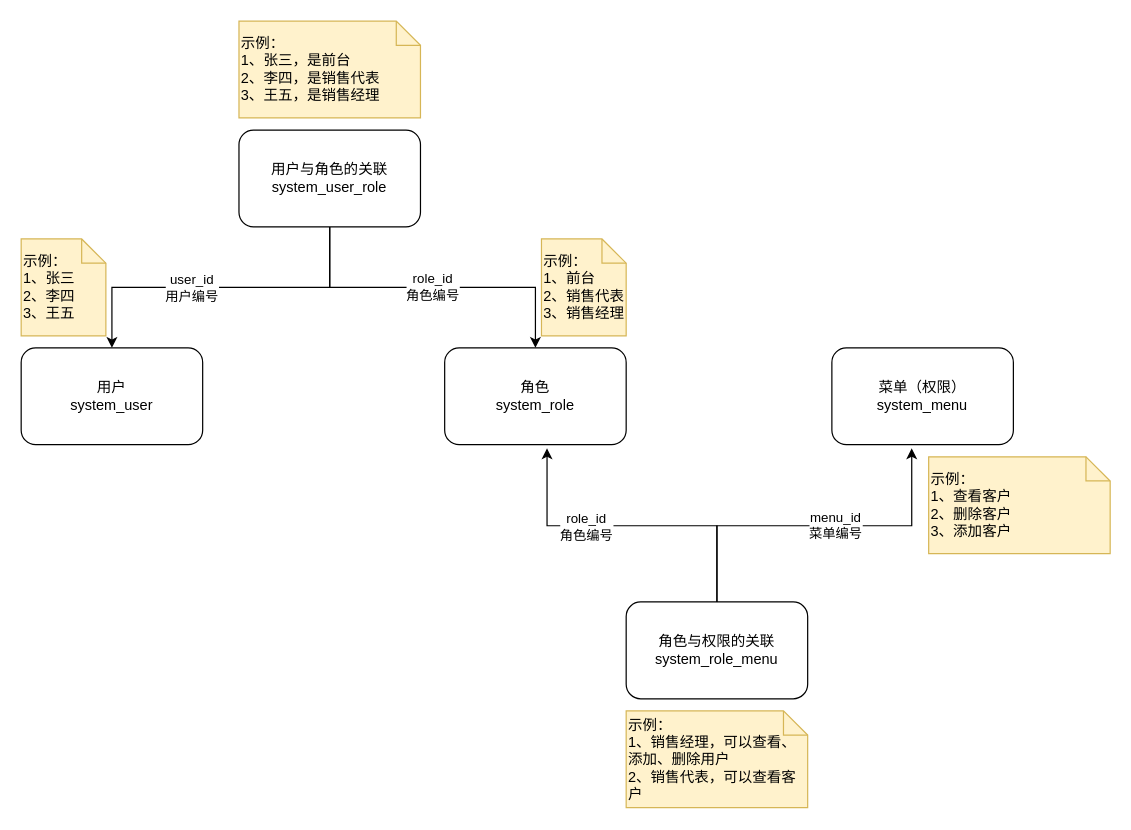
The draw.io diagram back/base/src/main/resources/drow.io/RBAC模型示意图.drawio in lyggwsp/club-boot, before the edit. Source tidied: cells renumbered, new cells numbered last; positions are measured from the earlier drawing's top-left corner, leaving out a move shared by most shapes. Both pictures are drawn from the tidied source at 121%, with x=0, y=0 at pixel (21, 21).
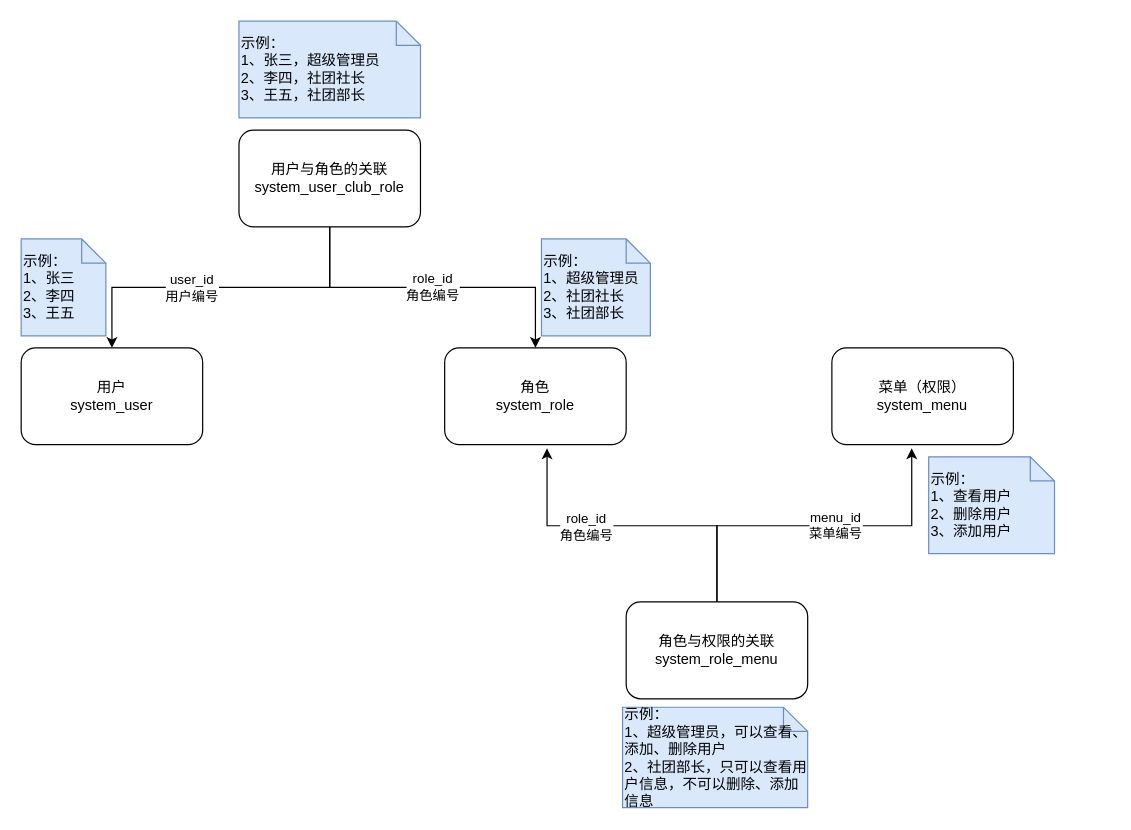
After the change.

Diff of the diagram source:
```diff
@@
 <mxGraphModel>
   <root>
     <mxCell id="0" />
     <mxCell id="1" parent="0" />
     <mxCell id="2" style="edgeStyle=elbowEdgeStyle;rounded=0;jettySize=auto;html=1;entryX=0.5;entryY=0;entryDx=0;entryDy=0;elbow=vertical;" parent="1" edge="1" source="5" target="6">
       <mxGeometry relative="1" as="geometry" />
     </mxCell>
     <mxCell id="3" value="user_id&lt;br&gt;用户编号" style="edgeLabel;html=1;align=center;verticalAlign=middle;" parent="2" vertex="1">
       <mxGeometry x="0.18" relative="1" as="geometry" />
     </mxCell>
     <mxCell id="4" value="role_id&lt;br&gt;角色编号" style="edgeStyle=elbowEdgeStyle;rounded=0;jettySize=auto;elbow=vertical;html=1;entryX=0.5;entryY=0;entryDx=0;entryDy=0;" parent="1" edge="1" source="5" target="7">
       <mxGeometry relative="1" as="geometry" />
     </mxCell>
-    <mxCell id="5" value="用户与角色的关联&lt;br&gt;system_user_role" style="rounded=1;whiteSpace=wrap;html=1;" parent="1" vertex="1">
+    <mxCell id="5" value="用户与角色的关联&lt;br&gt;system_user_club_role" style="rounded=1;whiteSpace=wrap;html=1;" parent="1" vertex="1">
       <mxGeometry x="180" y="90" width="150" height="80" as="geometry" />
     </mxCell>
     <mxCell id="6" value="用户&lt;br&gt;system_user" style="rounded=1;whiteSpace=wrap;html=1;" parent="1" vertex="1">
       <mxGeometry y="270" width="150" height="80" as="geometry" />
     </mxCell>
     <mxCell id="7" value="角色&lt;br&gt;system_role" style="rounded=1;whiteSpace=wrap;html=1;" parent="1" vertex="1">
       <mxGeometry x="350" y="270" width="150" height="80" as="geometry" />
     </mxCell>
     <mxCell id="8" style="edgeStyle=elbowEdgeStyle;rounded=0;jettySize=auto;elbow=vertical;html=1;entryX=0.564;entryY=1.038;entryDx=0;entryDy=0;entryPerimeter=0;" parent="1" edge="1" source="12" target="7">
       <mxGeometry relative="1" as="geometry" />
     </mxCell>
     <mxCell id="9" value="role_id&lt;br&gt;角色编号" style="edgeLabel;html=1;align=center;verticalAlign=middle;" parent="8" vertex="1">
       <mxGeometry x="0.29" relative="1" as="geometry" />
     </mxCell>
     <mxCell id="10" style="edgeStyle=elbowEdgeStyle;rounded=0;jettySize=auto;elbow=vertical;html=1;entryX=0.44;entryY=1.038;entryDx=0;entryDy=0;entryPerimeter=0;" parent="1" edge="1" source="12" target="13">
       <mxGeometry relative="1" as="geometry" />
     </mxCell>
     <mxCell id="11" value="menu_id&lt;br&gt;菜单编号" style="edgeLabel;html=1;align=center;verticalAlign=middle;" parent="10" vertex="1">
       <mxGeometry x="0.11" y="1" relative="1" as="geometry" />
     </mxCell>
     <mxCell id="12" value="角色与权限的关联&lt;br&gt;system_role_menu" style="rounded=1;whiteSpace=wrap;html=1;" parent="1" vertex="1">
       <mxGeometry x="500" y="480" width="150" height="80" as="geometry" />
     </mxCell>
     <mxCell id="13" value="菜单（权限）&lt;br&gt;system_menu" style="rounded=1;whiteSpace=wrap;html=1;" parent="1" vertex="1">
       <mxGeometry x="670" y="270" width="150" height="80" as="geometry" />
     </mxCell>
-    <mxCell id="14" value="示例：&lt;br&gt;1、张三，是前台&lt;br&gt;2、李四，是销售代表&lt;br&gt;3、王五，是销售经理" style="shape=note;size=20;whiteSpace=wrap;html=1;align=left;fillColor=#fff2cc;strokeColor=#d6b656;" parent="1" vertex="1">
+    <mxCell id="14" value="示例：&lt;br&gt;1、张三，超级管理员&lt;br&gt;2、李四，社团社长&lt;br&gt;3、王五，社团部长" style="shape=note;size=20;whiteSpace=wrap;html=1;align=left;fillColor=#dae8fc;strokeColor=#6c8ebf;" parent="1" vertex="1">
       <mxGeometry x="180" width="150" height="80" as="geometry" />
     </mxCell>
-    <mxCell id="15" value="示例：&lt;br&gt;1、张三&lt;br&gt;2、李四&lt;br&gt;3、王五" style="shape=note;size=20;whiteSpace=wrap;html=1;align=left;fillColor=#fff2cc;strokeColor=#d6b656;" parent="1" vertex="1">
+    <mxCell id="15" value="示例：&lt;br&gt;1、张三&lt;br&gt;2、李四&lt;br&gt;3、王五" style="shape=note;size=20;whiteSpace=wrap;html=1;align=left;fillColor=#dae8fc;strokeColor=#6c8ebf;" parent="1" vertex="1">
       <mxGeometry y="180" width="70" height="80" as="geometry" />
     </mxCell>
-    <mxCell id="16" value="示例：&lt;br&gt;1、前台&lt;br&gt;2、销售代表&lt;br&gt;3、销售经理" style="shape=note;size=20;whiteSpace=wrap;html=1;align=left;fillColor=#fff2cc;strokeColor=#d6b656;" parent="1" vertex="1">
-      <mxGeometry x="430" y="180" width="70" height="80" as="geometry" />
+    <mxCell id="16" value="示例：&lt;br&gt;1、超级管理员&lt;br&gt;2、社团社长&lt;br&gt;3、社团部长" style="shape=note;size=20;whiteSpace=wrap;html=1;align=left;fillColor=#dae8fc;strokeColor=#6c8ebf;" parent="1" vertex="1">
+      <mxGeometry x="430" y="180" width="90" height="80" as="geometry" />
     </mxCell>
-    <mxCell id="17" value="示例：&lt;br&gt;1、销售经理，可以查看、添加、删除用户&lt;br&gt;2、销售代表，可以查看客户" style="shape=note;size=20;whiteSpace=wrap;html=1;align=left;fillColor=#fff2cc;strokeColor=#d6b656;" parent="1" vertex="1">
-      <mxGeometry x="500" y="570" width="150" height="80" as="geometry" />
+    <mxCell id="17" value="示例：&lt;br&gt;1、超级管理员，可以查看、添加、删除用户&lt;br&gt;2、社团部长，只可以查看用户信息，不可以删除、添加信息" style="shape=note;size=20;whiteSpace=wrap;html=1;align=left;fillColor=#dae8fc;strokeColor=#6c8ebf;" parent="1" vertex="1">
+      <mxGeometry x="497" y="567" width="153" height="83" as="geometry" />
     </mxCell>
-    <mxCell id="18" value="示例：&lt;br&gt;1、查看客户&lt;br&gt;2、删除客户&lt;br&gt;3、添加客户" style="shape=note;size=20;whiteSpace=wrap;html=1;align=left;fillColor=#fff2cc;strokeColor=#d6b656;" parent="1" vertex="1">
-      <mxGeometry x="750" y="360" width="150" height="80" as="geometry" />
+    <mxCell id="18" value="示例：&lt;br&gt;1、查看用户&lt;br&gt;2、删除用户&lt;br&gt;3、添加用户" style="shape=note;size=20;whiteSpace=wrap;html=1;align=left;fillColor=#dae8fc;strokeColor=#6c8ebf;" parent="1" vertex="1">
+      <mxGeometry x="750" y="360" width="104" height="80" as="geometry" />
     </mxCell>
   </root>
 </mxGraphModel>
```
